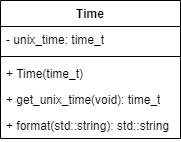
Before: docs/Time.png, a diagram exported from draw.io (mwhicks-dev/automatic-octo-spoon). Source tidied: cells renumbered, new cells last; positions are measured from the earlier drawing's top-left corner, leaving out a move shared by most shapes.
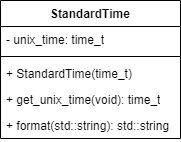
The same diagram one commit later.

Change to the diagram source:
```diff
@@ -2,7 +2,7 @@
   <root>
     <mxCell id="0" />
     <mxCell id="1" parent="0" />
-    <mxCell id="2" value="Time" style="swimlane;fontStyle=1;align=center;verticalAlign=top;horizontal=1;startSize=26;whiteSpace=wrap;html=1;" parent="1" vertex="1">
+    <mxCell id="2" value="StandardTime" style="swimlane;fontStyle=1;align=center;verticalAlign=top;horizontal=1;startSize=26;whiteSpace=wrap;html=1;" parent="1" vertex="1">
       <mxGeometry width="180" height="138" as="geometry" />
     </mxCell>
     <mxCell id="3" value="- unix_time: time_t" style="text;strokeColor=none;fillColor=none;align=left;verticalAlign=top;spacingLeft=4;spacingRight=4;overflow=hidden;whiteSpace=wrap;html=1;" parent="2" vertex="1">
@@ -11,7 +11,7 @@
     <mxCell id="4" style="line;strokeWidth=1;fillColor=none;align=left;verticalAlign=middle;spacingTop=-1;spacingLeft=3;spacingRight=3;labelPosition=right;strokeColor=inherit;" parent="2" vertex="1">
       <mxGeometry y="52" width="180" height="8" as="geometry" />
     </mxCell>
-    <mxCell id="5" value="+ Time(time_t)" style="text;strokeColor=none;fillColor=none;align=left;verticalAlign=top;spacingLeft=4;spacingRight=4;overflow=hidden;whiteSpace=wrap;html=1;" parent="2" vertex="1">
+    <mxCell id="5" value="+ StandardTime(time_t)" style="text;strokeColor=none;fillColor=none;align=left;verticalAlign=top;spacingLeft=4;spacingRight=4;overflow=hidden;whiteSpace=wrap;html=1;" parent="2" vertex="1">
       <mxGeometry y="60" width="180" height="26" as="geometry" />
     </mxCell>
     <mxCell id="6" value="+ get_unix_time(void): time_t" style="text;strokeColor=none;fillColor=none;align=left;verticalAlign=top;spacingLeft=4;spacingRight=4;overflow=hidden;whiteSpace=wrap;html=1;" parent="2" vertex="1">
```
